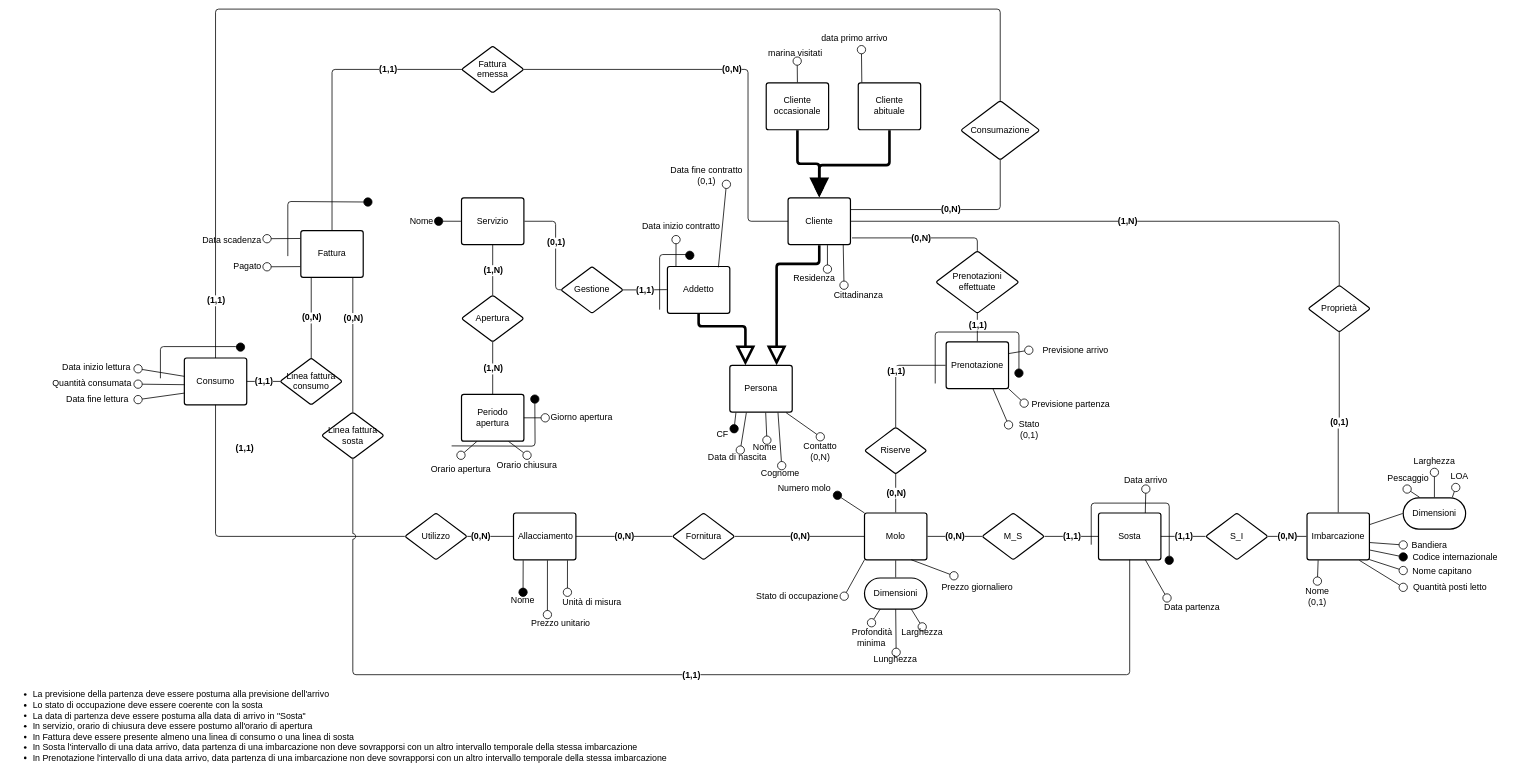
alessandro-massarenti/Progetto-basi-di-dati-2022 keeps this draw.io diagram as page "Concettuale ridotto" (4 of 5) of src_relazione_tex/Er.drawio. Above is the earlier version. Source tidied: cells renumbered, new cells numbered last; positions are measured from the earlier drawing's top-left corner, leaving out a move shared by most shapes. Both pictures are drawn from the tidied source at 52%, with x=0, y=0 at pixel (9, 9).
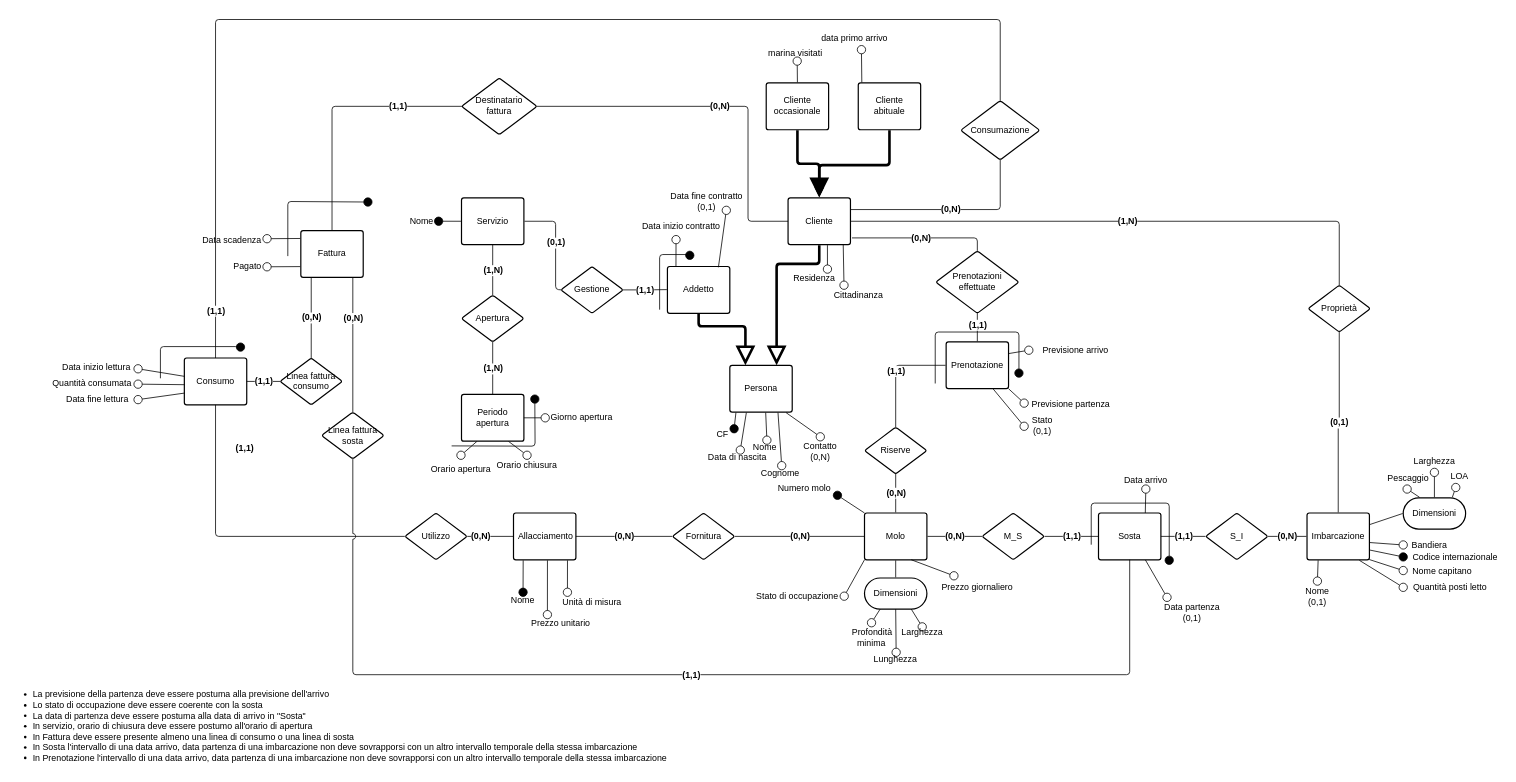
Above is the later version.

The change refers to these unchanged cells:
```xml
<mxCell id="34" value="Cliente" style="html=1;overflow=block;blockSpacing=1;whiteSpace=wrap;fontSize=17;fontColor=#000000;spacing=9;strokeColor=#000000;strokeOpacity=100;rounded=1;absoluteArcSize=1;arcSize=9;strokeWidth=2.3;" parent="1" vertex="1">
  <mxGeometry x="1498" y="363" width="120" height="90" as="geometry" />
</mxCell>
<mxCell id="104" value="Prenotazione" style="html=1;overflow=block;blockSpacing=1;whiteSpace=wrap;fontSize=17;fontColor=#000000;spacing=9;strokeColor=#000000;strokeOpacity=100;rounded=1;absoluteArcSize=1;arcSize=9;strokeWidth=2.3;" parent="1" vertex="1">
  <mxGeometry x="1802" y="640" width="120" height="90" as="geometry" />
</mxCell>
<mxCell id="116" value="Fattura" style="html=1;overflow=block;blockSpacing=1;whiteSpace=wrap;fontSize=17;fontColor=#000000;spacing=9;strokeColor=#000000;strokeOpacity=100;rounded=1;absoluteArcSize=1;arcSize=9;strokeWidth=2.3;" parent="1" vertex="1">
  <mxGeometry x="561" y="426" width="120" height="90" as="geometry" />
</mxCell>
<mxCell id="125" value="Consumo" style="html=1;overflow=block;blockSpacing=1;whiteSpace=wrap;fontSize=17;fontColor=#000000;spacing=9;strokeColor=#000000;strokeOpacity=100;rounded=1;absoluteArcSize=1;arcSize=9;strokeWidth=2.3;fillColor=none;" parent="1" vertex="1">
  <mxGeometry x="337" y="671" width="120" height="90" as="geometry" />
</mxCell>
<mxCell id="129" value="Consumazione" style="html=1;overflow=block;blockSpacing=1;whiteSpace=wrap;rhombus;fontSize=17;fontColor=#000000;spacing=3.8;strokeColor=#000000;strokeOpacity=100;rounded=1;absoluteArcSize=1;arcSize=9;strokeWidth=2.3;" parent="1" vertex="1">
  <mxGeometry x="1830" y="176" width="152" height="114" as="geometry" />
</mxCell>
```

The edit, as a diff of the source:
```diff
@@
     <mxCell id="12" value="Data fine contratto&#10;(0,1)" style="html=1;overflow=block;blockSpacing=1;whiteSpace=wrap;fontSize=17;fontColor=#000000;spacing=0;fillColor=#ffffff;strokeWidth=1.5;strokeColor=none;" parent="1" vertex="1">
-      <mxGeometry x="1266.2" y="300" width="151" height="37" as="geometry" />
+      <mxGeometry x="1266" y="350" width="151" height="37" as="geometry" />
     </mxCell>
@@
-    <mxCell id="26" value="Data partenza" style="html=1;overflow=block;blockSpacing=1;whiteSpace=wrap;fontSize=17;fontColor=#000000;spacing=0;fillColor=none;strokeWidth=1.5;strokeColor=none;" parent="1" vertex="1">
-      <mxGeometry x="2215" y="1134.2" width="120" height="33" as="geometry" />
+    <mxCell id="26" value="Data partenza&lt;br&gt;(0,1)" style="html=1;overflow=block;blockSpacing=1;whiteSpace=wrap;fontSize=17;fontColor=#000000;spacing=0;fillColor=none;strokeWidth=1.5;strokeColor=none;" parent="1" vertex="1">
+      <mxGeometry x="2215" y="1134.2" width="120" height="55.8" as="geometry" />
     </mxCell>
@@
-    <mxCell id="120" value="Fattura emessa" style="html=1;overflow=block;blockSpacing=1;whiteSpace=wrap;rhombus;fontSize=17;fontColor=#000000;spacing=3.8;strokeColor=#000000;strokeOpacity=100;rounded=1;absoluteArcSize=1;arcSize=9;strokeWidth=2.3;" parent="1" vertex="1">
-      <mxGeometry x="870" y="71" width="120" height="90" as="geometry" />
+    <mxCell id="120" value="Destinatario fattura" style="html=1;overflow=block;blockSpacing=1;whiteSpace=wrap;rhombus;fontSize=17;fontColor=#000000;spacing=3.8;strokeColor=#000000;strokeOpacity=100;rounded=1;absoluteArcSize=1;arcSize=9;strokeWidth=2.3;" parent="1" vertex="1">
+      <mxGeometry x="870" y="132.5" width="145.3" height="109" as="geometry" />
     </mxCell>
     <mxCell id="121" style="html=1;jettySize=18;whiteSpace=wrap;fontSize=17;strokeColor=#000000;strokeWidth=1.5;rounded=1;arcSize=12;edgeStyle=orthogonalEdgeStyle;startArrow=none;endArrow=none;exitX=0.5;exitY=-0.012;exitPerimeter=0;entryX=0.009;entryY=0.5;entryPerimeter=0;" parent="1" edge="1" source="116" target="120">
       <mxGeometry relative="1" as="geometry">
         <Array as="points">
-          <mxPoint x="621" y="116" />
+          <mxPoint x="621" y="187" />
         </Array>
       </mxGeometry>
     </mxCell>
@@
     <mxCell id="123" style="html=1;jettySize=18;whiteSpace=wrap;fontSize=17;fontColor=#000000;fontStyle=1;strokeColor=#000000;strokeWidth=1.5;rounded=1;arcSize=12;edgeStyle=orthogonalEdgeStyle;startArrow=none;endArrow=none;exitX=0.991;exitY=0.5;exitPerimeter=0;entryX=0;entryY=0.5;entryDx=0;entryDy=0;" parent="1" edge="1" source="120" target="34">
       <mxGeometry relative="1" as="geometry">
         <Array as="points">
-          <mxPoint x="1421" y="116" />
+          <mxPoint x="1421" y="187" />
           <mxPoint x="1421" y="408" />
         </Array>
       </mxGeometry>
     </mxCell>
@@
     <mxCell id="132" style="html=1;jettySize=18;whiteSpace=wrap;fontSize=17;fontColor=#000000;fontStyle=1;strokeColor=#000000;strokeWidth=1.5;rounded=1;arcSize=12;edgeStyle=orthogonalEdgeStyle;startArrow=none;endArrow=none;exitX=0.5;exitY=0.004;exitPerimeter=0;entryX=0.5;entryY=0;entryDx=0;entryDy=0;" parent="1" edge="1" source="129" target="125">
       <mxGeometry relative="1" as="geometry">
         <Array as="points">
-          <mxPoint x="1906" />
-          <mxPoint x="397" />
+          <mxPoint x="1906" y="20" />
+          <mxPoint x="397" y="20" />
         </Array>
       </mxGeometry>
     </mxCell>
@@
+    <mxCell id="179" style="html=1;jettySize=18;whiteSpace=wrap;fontSize=17;strokeColor=#000000;strokeWidth=1.5;rounded=1;arcSize=12;edgeStyle=orthogonalEdgeStyle;startArrow=none;endArrow=oval;endFill=1;endSize=16;" parent="1" edge="1">
+      <mxGeometry relative="1" as="geometry">
+        <mxPoint x="1251" y="578" as="sourcePoint" />
+        <mxPoint x="1309" y="473.5" as="targetPoint" />
+        <Array as="points">
+          <mxPoint x="1251" y="578" />
+          <mxPoint x="1251" y="472" />
+          <mxPoint x="1309" y="472" />
+        </Array>
+      </mxGeometry>
+    </mxCell>
     <mxCell id="177" value="Stato&lt;br&gt;(0,1)" style="html=1;overflow=block;blockSpacing=1;whiteSpace=wrap;fontSize=17;fontColor=#000000;spacing=0;fillColor=none;strokeWidth=1.5;strokeColor=none;" parent="1" vertex="1">
-      <mxGeometry x="1922" y="789.5" width="80" height="40.5" as="geometry" />
+      <mxGeometry x="1952" y="782" width="70" height="40.5" as="geometry" />
     </mxCell>
-    <mxCell id="178" style="html=1;jettySize=18;whiteSpace=wrap;fontSize=17;strokeColor=#000000;strokeWidth=1.5;rounded=1;arcSize=12;startArrow=none;endArrow=oval;endFill=0;endSize=16;exitX=0.75;exitY=1;exitDx=0;exitDy=0;entryX=0;entryY=0.25;entryDx=0;entryDy=0;" parent="1" edge="1" source="104" target="177">
+    <mxCell id="178" style="html=1;jettySize=18;whiteSpace=wrap;fontSize=17;strokeColor=#000000;strokeWidth=1.5;rounded=1;arcSize=12;startArrow=none;endArrow=oval;endFill=0;endSize=16;entryX=0;entryY=0.5;entryDx=0;entryDy=0;exitX=0.75;exitY=1;exitDx=0;exitDy=0;" parent="1" edge="1" source="104" target="177">
       <mxGeometry relative="1" as="geometry" />
     </mxCell>
-    <mxCell id="179" style="html=1;jettySize=18;whiteSpace=wrap;fontSize=17;strokeColor=#000000;strokeWidth=1.5;rounded=1;arcSize=12;edgeStyle=orthogonalEdgeStyle;startArrow=none;endArrow=oval;endFill=1;endSize=16;" parent="1" edge="1">
-      <mxGeometry relative="1" as="geometry">
-        <mxPoint x="1251" y="578" as="sourcePoint" />
-        <mxPoint x="1309" y="473.5" as="targetPoint" />
-        <Array as="points">
-          <mxPoint x="1251" y="578" />
-          <mxPoint x="1251" y="472" />
-          <mxPoint x="1309" y="472" />
-        </Array>
-      </mxGeometry>
-    </mxCell>
```
